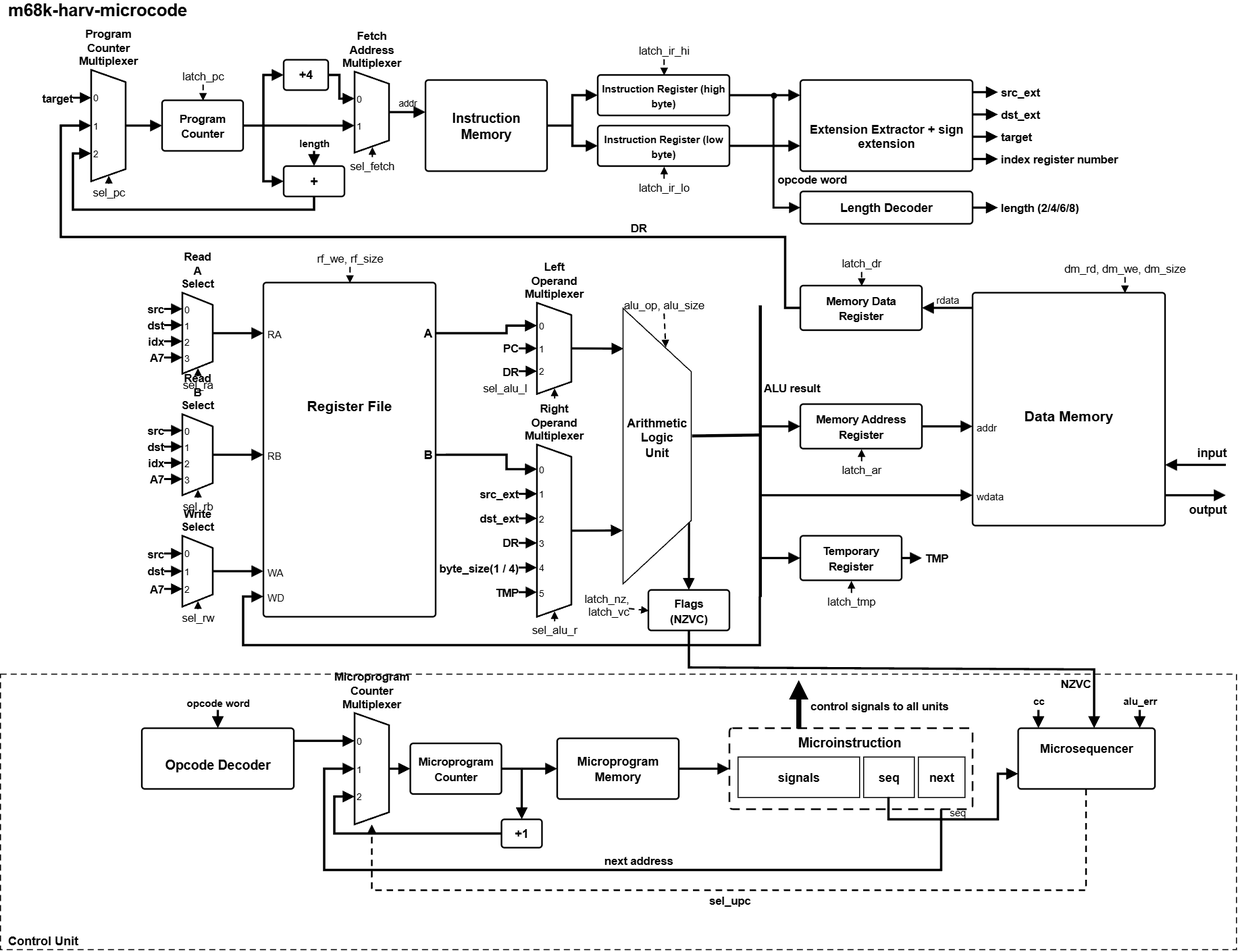
Before: CSA/lab 3 scheme/scheme diagram.png, a diagram exported from draw.io (CatOverKeyboard/ITMO). Source tidied: cells renumbered, new cells last; positions are measured from the earlier drawing's top-left corner, leaving out a move shared by most shapes.
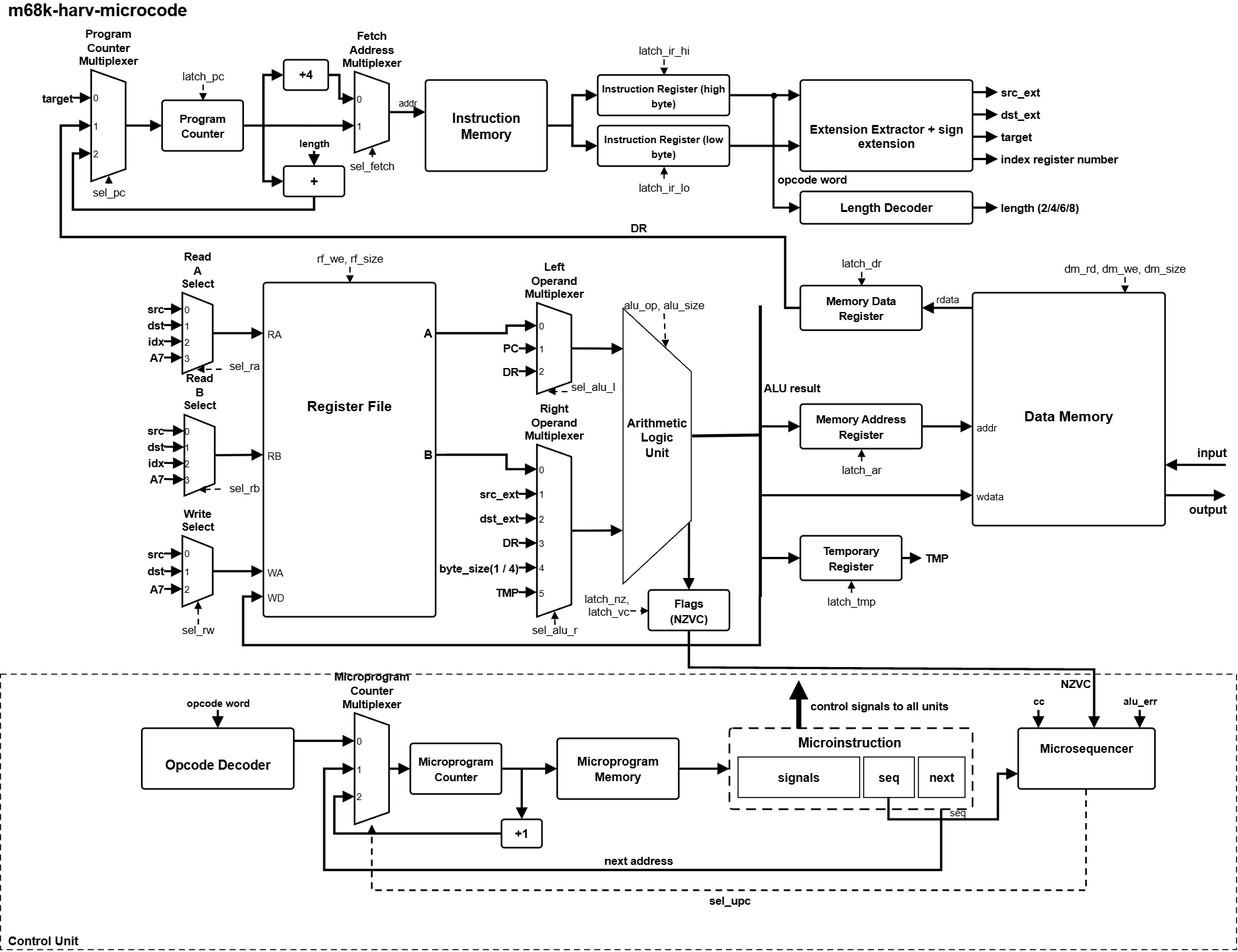
After the change.

Commit message:
modified the arrow and word placement

Diff of the diagram source:
```diff
@@ -132,10 +132,10 @@
       <mxGeometry x="141.4" y="346.4" width="19.6" height="15.4" as="geometry" />
     </mxCell>
     <mxCell id="45" value="sel_ra" style="text;html=1;align=center;verticalAlign=middle;spacing=0;fontSize=11;fontStyle=0;labelBackgroundColor=none;" parent="1" vertex="1">
-      <mxGeometry x="171.5" y="373.4" width="46.9" height="15.4" as="geometry" />
+      <mxGeometry x="217.1" y="354.6" width="46.9" height="15.4" as="geometry" />
     </mxCell>
     <mxCell id="46" value="Read B Select" style="shape=(stored shape, 212 characters);whiteSpace=wrap;html=1;strokeWidth=1.6;verticalLabelPosition=top;verticalAlign=bottom;labelPosition=center;align=center;fontStyle=1;fontSize=11;labelBackgroundColor=none;" parent="1" vertex="1">
-      <mxGeometry x="180" y="410" width="30" height="80" as="geometry" />
+      <mxGeometry x="182" y="410.5" width="30" height="80" as="geometry" />
     </mxCell>
     <mxCell id="47" value="0" style="text;html=1;align=left;verticalAlign=middle;spacing=0;fontSize=9;fontStyle=0;labelBackgroundColor=none;" parent="1" vertex="1">
       <mxGeometry x="182" y="420.6" width="11.6" height="12.6" as="geometry" />
@@ -162,7 +162,7 @@
       <mxGeometry x="141.4" y="466.4" width="19.6" height="15.4" as="geometry" />
     </mxCell>
     <mxCell id="55" value="sel_rb" style="text;html=1;align=center;verticalAlign=middle;spacing=0;fontSize=11;fontStyle=0;labelBackgroundColor=none;" parent="1" vertex="1">
-      <mxGeometry x="171.5" y="493.4" width="46.9" height="15.4" as="geometry" />
+      <mxGeometry x="217.1" y="475.1" width="46.9" height="15.4" as="geometry" />
     </mxCell>
     <mxCell id="56" value="Write Select" style="shape=(stored shape, 212 characters);whiteSpace=wrap;html=1;strokeWidth=1.6;verticalLabelPosition=top;verticalAlign=bottom;labelPosition=center;align=center;fontStyle=1;fontSize=11;labelBackgroundColor=none;" parent="1" vertex="1">
       <mxGeometry x="180" y="530" width="30" height="70" as="geometry" />
@@ -186,7 +186,7 @@
       <mxGeometry x="141.4" y="575" width="19.6" height="15.4" as="geometry" />
     </mxCell>
     <mxCell id="63" value="sel_rw" style="text;html=1;align=center;verticalAlign=middle;spacing=0;fontSize=11;fontStyle=0;labelBackgroundColor=none;" parent="1" vertex="1">
-      <mxGeometry x="171.5" y="603.5" width="46.9" height="15.4" as="geometry" />
+      <mxGeometry x="171.6" y="615.5" width="46.9" height="15.4" as="geometry" />
     </mxCell>
     <mxCell id="64" value="&lt;div&gt;&lt;b style=&quot;font-size:14px&quot;&gt;&lt;br&gt;&lt;/b&gt;&lt;/div&gt;&lt;b style=&quot;font-size:14px&quot;&gt;&lt;div&gt;&lt;b style=&quot;font-size:14px&quot;&gt;&lt;br&gt;&lt;/b&gt;&lt;/div&gt;&lt;div&gt;&lt;b style=&quot;font-size:14px&quot;&gt;&lt;br&gt;&lt;/b&gt;&lt;/div&gt;&lt;div&gt;&lt;b style=&quot;font-size:14px&quot;&gt;&lt;br&gt;&lt;/b&gt;&lt;/div&gt;&lt;div&gt;&lt;b style=&quot;font-size:14px&quot;&gt;&lt;br&gt;&lt;/b&gt;&lt;/div&gt;&lt;div&gt;&lt;b style=&quot;font-size:14px&quot;&gt;&lt;br&gt;&lt;/b&gt;&lt;/div&gt;Register File&lt;/b&gt;" style="rounded=1;arcSize=6;absoluteArcSize=1;whiteSpace=wrap;html=1;strokeWidth=1.6;verticalAlign=top;spacingTop=6;labelBackgroundColor=none;" parent="1" vertex="1">
       <mxGeometry x="260" y="280" width="170" height="330" as="geometry" />
@@ -267,7 +267,7 @@
       <mxGeometry x="484.5" y="578.2" width="26.5" height="15.4" as="geometry" />
     </mxCell>
     <mxCell id="90" value="sel_alu_l" style="text;html=1;align=center;verticalAlign=middle;spacing=0;fontSize=11;fontStyle=0;labelBackgroundColor=none;" parent="1" vertex="1">
-      <mxGeometry x="464.6" y="376.4" width="67.4" height="15.4" as="geometry" />
+      <mxGeometry x="558" y="375.3" width="53.7" height="15.4" as="geometry" />
     </mxCell>
     <mxCell id="91" value="sel_alu_r" style="text;html=1;align=center;verticalAlign=middle;spacing=0;fontSize=11;fontStyle=0;labelBackgroundColor=none;" parent="1" vertex="1">
       <mxGeometry x="513.3" y="615.5" width="67.4" height="15.4" as="geometry" />
@@ -577,11 +577,8 @@
         <mxPoint x="162" y="354" as="sourcePoint" />
       </mxGeometry>
     </mxCell>
-    <mxCell id="172" style="edgeStyle=none;rounded=0;html=1;strokeWidth=1.4;endArrow=block;endFill=1;endSize=4;dashed=1;dashPattern=4 3;labelBackgroundColor=none;fontColor=default;" parent="1" edge="1">
-      <mxGeometry relative="1" as="geometry">
-        <mxPoint x="195" y="372" as="sourcePoint" />
-        <mxPoint x="195" y="364" as="targetPoint" />
-      </mxGeometry>
+    <mxCell id="172" style="edgeStyle=none;rounded=0;html=1;strokeWidth=1.4;endArrow=block;endFill=1;endSize=4;dashed=1;dashPattern=4 3;labelBackgroundColor=none;fontColor=default;exitX=0.026;exitY=0.678;exitDx=0;exitDy=0;entryX=0.456;entryY=0.942;entryDx=0;entryDy=0;entryPerimeter=0;exitPerimeter=0;" parent="1" edge="1" source="45" target="36">
+      <mxGeometry relative="1" as="geometry" />
     </mxCell>
     <mxCell id="173" style="edgeStyle=none;rounded=0;html=1;strokeWidth=2.0;endArrow=block;endFill=1;endSize=6;entryX=0.0000;entryY=0.2000;entryDx=0;entryDy=0;entryPerimeter=0;labelBackgroundColor=none;fontColor=default;" parent="1" edge="1" target="46">
       <mxGeometry relative="1" as="geometry">
@@ -603,9 +600,8 @@
         <mxPoint x="162" y="474" as="sourcePoint" />
       </mxGeometry>
     </mxCell>
-    <mxCell id="177" style="edgeStyle=none;rounded=0;html=1;strokeWidth=1.4;endArrow=block;endFill=1;endSize=4;dashed=1;dashPattern=4 3;labelBackgroundColor=none;fontColor=default;" parent="1" edge="1">
+    <mxCell id="177" style="edgeStyle=none;rounded=0;html=1;strokeWidth=1.4;endArrow=block;endFill=1;endSize=4;dashed=1;dashPattern=4 3;labelBackgroundColor=none;fontColor=default;" parent="1" edge="1" source="55">
       <mxGeometry relative="1" as="geometry">
-        <mxPoint x="195" y="492" as="sourcePoint" />
         <mxPoint x="195" y="484" as="targetPoint" />
       </mxGeometry>
     </mxCell>
@@ -624,9 +620,8 @@
         <mxPoint x="162" y="582.5" as="sourcePoint" />
       </mxGeometry>
     </mxCell>
-    <mxCell id="181" style="edgeStyle=none;rounded=0;html=1;strokeWidth=1.4;endArrow=block;endFill=1;endSize=4;dashed=1;dashPattern=4 3;labelBackgroundColor=none;fontColor=default;" parent="1" edge="1">
+    <mxCell id="181" style="edgeStyle=none;rounded=0;html=1;strokeWidth=1.4;endArrow=block;endFill=1;endSize=4;dashed=1;dashPattern=4 3;labelBackgroundColor=none;fontColor=default;exitX=0.506;exitY=0.103;exitDx=0;exitDy=0;exitPerimeter=0;" parent="1" edge="1" source="63">
       <mxGeometry relative="1" as="geometry">
-        <mxPoint x="195" y="602" as="sourcePoint" />
         <mxPoint x="195" y="594" as="targetPoint" />
       </mxGeometry>
     </mxCell>
@@ -695,15 +690,11 @@
         <mxPoint x="512" y="585.7" as="sourcePoint" />
       </mxGeometry>
     </mxCell>
-    <mxCell id="195" style="edgeStyle=none;rounded=0;html=1;strokeWidth=1.4;endArrow=block;endFill=1;endSize=4;dashed=1;dashPattern=4 3;labelBackgroundColor=none;fontColor=default;" parent="1" edge="1">
-      <mxGeometry relative="1" as="geometry">
-        <mxPoint x="547" y="394" as="sourcePoint" />
-        <mxPoint x="547" y="384" as="targetPoint" />
-      </mxGeometry>
+    <mxCell id="195" style="edgeStyle=none;rounded=0;html=1;strokeWidth=1.4;endArrow=block;endFill=1;endSize=4;dashed=1;dashPattern=4 3;labelBackgroundColor=none;fontColor=default;entryX=0.301;entryY=0.968;entryDx=0;entryDy=0;entryPerimeter=0;exitX=0.03;exitY=0.768;exitDx=0;exitDy=0;exitPerimeter=0;" parent="1" edge="1" source="90" target="72">
+      <mxGeometry relative="1" as="geometry" />
     </mxCell>
-    <mxCell id="196" style="edgeStyle=none;rounded=0;html=1;strokeWidth=1.4;endArrow=block;endFill=1;endSize=4;dashed=1;dashPattern=4 3;labelBackgroundColor=none;fontColor=default;" parent="1" edge="1">
+    <mxCell id="196" style="edgeStyle=none;rounded=0;html=1;strokeWidth=1.4;endArrow=block;endFill=1;endSize=4;dashed=1;dashPattern=4 3;labelBackgroundColor=none;fontColor=default;exitX=0.504;exitY=0.134;exitDx=0;exitDy=0;exitPerimeter=0;" parent="1" edge="1" source="91">
       <mxGeometry relative="1" as="geometry">
-        <mxPoint x="547" y="614" as="sourcePoint" />
         <mxPoint x="547" y="604" as="targetPoint" />
       </mxGeometry>
     </mxCell>
@@ -721,7 +712,7 @@
     <mxCell id="200" style="edgeStyle=none;rounded=0;html=1;strokeWidth=2.2;endArrow=block;endFill=1;endSize=6;entryX=0.5000;entryY=0.0000;entryDx=0;entryDy=0;entryPerimeter=0;labelBackgroundColor=none;fontColor=default;exitX=0.22;exitY=0.026;exitDx=0;exitDy=0;exitPerimeter=0;" parent="1" edge="1" source="233" target="93">
       <mxGeometry relative="1" as="geometry" />
     </mxCell>
-    <mxCell id="201" style="edgeStyle=none;rounded=0;html=1;strokeWidth=1.4;endArrow=block;endFill=1;endSize=4;dashed=1;dashPattern=4 3;entryX=0.0000;entryY=0.5000;entryDx=0;entryDy=0;entryPerimeter=0;labelBackgroundColor=none;fontColor=default;exitX=1;exitY=0.25;exitDx=0;exitDy=0;" parent="1" edge="1" source="95" target="93">
+    <mxCell id="201" style="edgeStyle=none;rounded=0;html=1;strokeWidth=1.4;endArrow=block;endFill=1;endSize=4;dashed=1;dashPattern=4 3;entryX=0.0000;entryY=0.5000;entryDx=0;entryDy=0;entryPerimeter=0;labelBackgroundColor=none;fontColor=default;exitX=1.024;exitY=0.403;exitDx=0;exitDy=0;exitPerimeter=0;" parent="1" edge="1" source="95" target="93">
       <mxGeometry relative="1" as="geometry" />
     </mxCell>
     <mxCell id="202" style="edgeStyle=none;rounded=0;html=1;strokeWidth=3;endArrow=none;endFill=1;endSize=6;exitX=0.537;exitY=-0.011;exitDx=0;exitDy=0;exitPerimeter=0;entryX=0.5000;entryY=0.5000;entryDx=0;entryDy=0;entryPerimeter=0;labelBackgroundColor=none;fontColor=default;" parent="1" edge="1" source="233" target="96">
```
